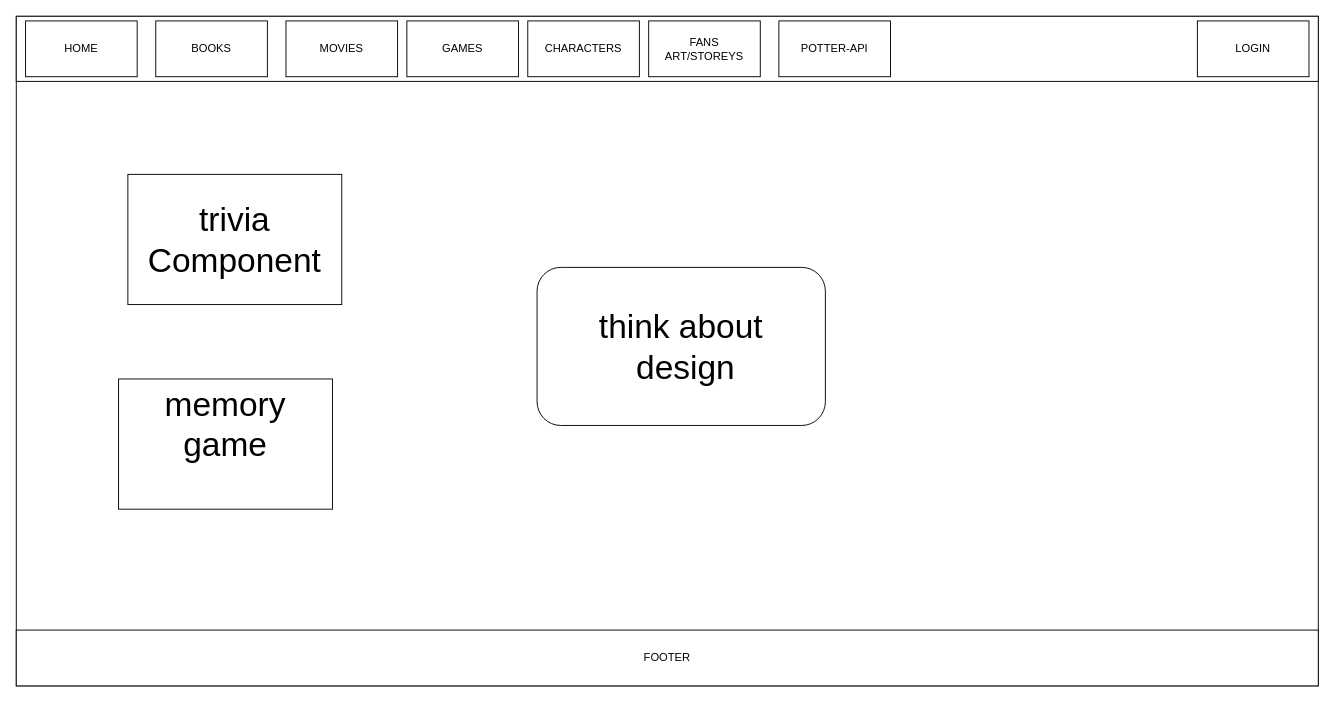
The draw.io diagram page "GAMES" (4 of 8) of pseudo/Mock site.drawio in t-bendet/potter-front-end-react, before the edit. Source tidied: cells renumbered, new cells numbered last; positions are measured from the earlier drawing's top-left corner, leaving out a move shared by most shapes. Both pictures are drawn from the tidied source at 93%, with x=0, y=0 at pixel (16, 16).
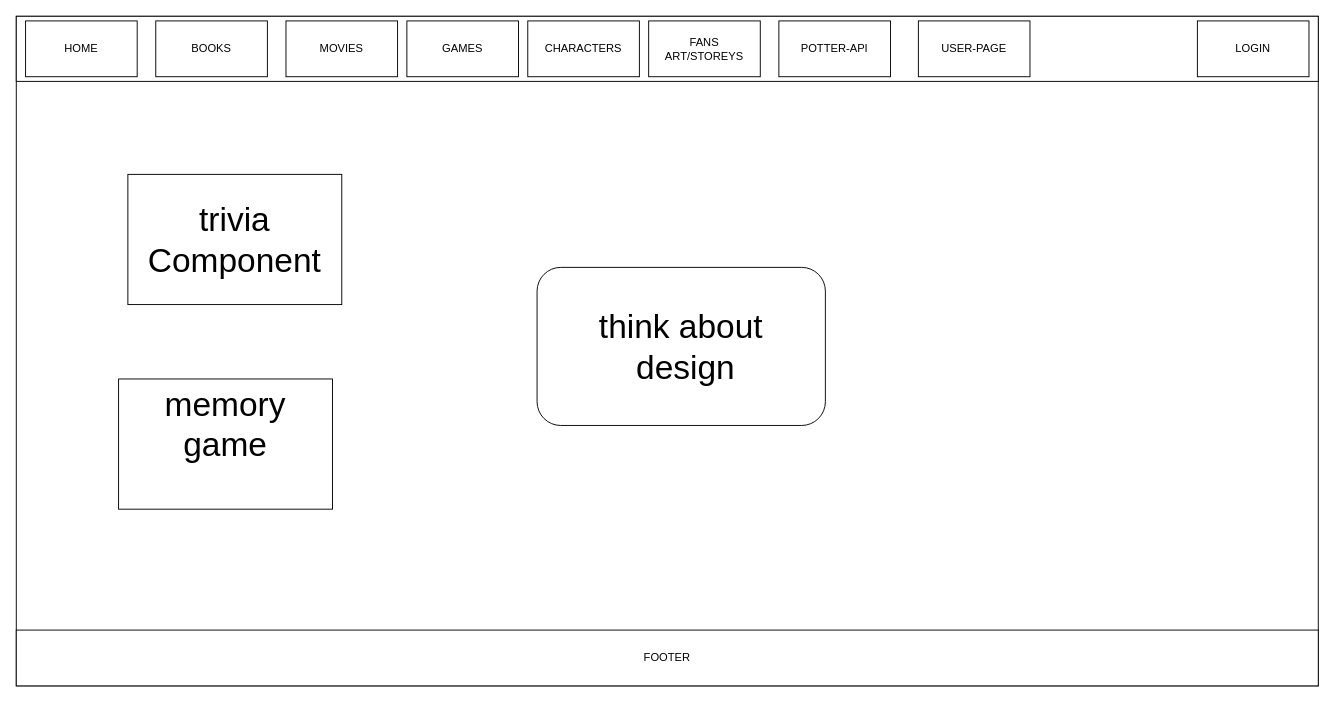
Above is the later version.

Diff of the diagram source:
```diff
@@
 <mxGraphModel>
   <root>
     <mxCell id="0" />
     <mxCell id="1" parent="0" />
     <mxCell id="2" style="rounded=0;whiteSpace=wrap;html=1;" parent="1" vertex="1">
       <mxGeometry width="1400" height="720" as="geometry" />
     </mxCell>
     <mxCell id="3" style="rounded=0;whiteSpace=wrap;html=1;" parent="1" vertex="1">
       <mxGeometry width="1400" height="70" as="geometry" />
     </mxCell>
     <mxCell id="4" value="HOME&lt;br&gt;" style="rounded=0;whiteSpace=wrap;html=1;" parent="1" vertex="1">
       <mxGeometry x="10" y="5" width="120" height="60" as="geometry" />
     </mxCell>
     <mxCell id="5" value="BOOKS" style="rounded=0;whiteSpace=wrap;html=1;" parent="1" vertex="1">
       <mxGeometry x="150" y="5" width="120" height="60" as="geometry" />
     </mxCell>
     <mxCell id="6" value="GAMES&lt;br&gt;" style="rounded=0;whiteSpace=wrap;html=1;" parent="1" vertex="1">
       <mxGeometry x="420" y="5" width="120" height="60" as="geometry" />
     </mxCell>
     <mxCell id="7" value="CHARACTERS" style="rounded=0;whiteSpace=wrap;html=1;" parent="1" vertex="1">
       <mxGeometry x="550" y="5" width="120" height="60" as="geometry" />
     </mxCell>
     <mxCell id="8" value="MOVIES&lt;br&gt;" style="rounded=0;whiteSpace=wrap;html=1;" parent="1" vertex="1">
       <mxGeometry x="290" y="5" width="120" height="60" as="geometry" />
     </mxCell>
     <mxCell id="9" value="FANS ART/STOREYS" style="rounded=0;whiteSpace=wrap;html=1;" parent="1" vertex="1">
       <mxGeometry x="680" y="5" width="120" height="60" as="geometry" />
     </mxCell>
     <mxCell id="10" value="POTTER-API" style="rounded=0;whiteSpace=wrap;html=1;" parent="1" vertex="1">
       <mxGeometry x="820" y="5" width="120" height="60" as="geometry" />
     </mxCell>
     <mxCell id="11" value="LOGIN" style="rounded=0;whiteSpace=wrap;html=1;" parent="1" vertex="1">
       <mxGeometry x="1270" y="5" width="120" height="60" as="geometry" />
     </mxCell>
     <mxCell id="12" value="FOOTER" style="rounded=0;whiteSpace=wrap;html=1;" parent="1" vertex="1">
       <mxGeometry y="660" width="1400" height="60" as="geometry" />
     </mxCell>
     <mxCell id="13" value="&lt;font style=&quot;font-size: 36px&quot;&gt;trivia Component&lt;/font&gt;" style="rounded=0;whiteSpace=wrap;html=1;" parent="1" vertex="1">
       <mxGeometry x="120" y="170" width="230" height="140" as="geometry" />
     </mxCell>
     <mxCell id="14" value="&lt;font style=&quot;font-size: 36px&quot;&gt;memory game&lt;br&gt;&lt;br&gt;&lt;/font&gt;" style="rounded=0;whiteSpace=wrap;html=1;" parent="1" vertex="1">
       <mxGeometry x="110" y="390" width="230" height="140" as="geometry" />
     </mxCell>
     <mxCell id="15" value="&lt;font style=&quot;font-size: 36px&quot;&gt;think about&lt;br&gt;&amp;nbsp;design&lt;/font&gt;" style="rounded=1;whiteSpace=wrap;html=1;" parent="1" vertex="1">
       <mxGeometry x="560" y="270" width="310" height="170" as="geometry" />
     </mxCell>
+    <mxCell id="16" value="USER-PAGE" style="rounded=0;whiteSpace=wrap;html=1;" parent="1" vertex="1">
+      <mxGeometry x="970" y="5" width="120" height="60" as="geometry" />
+    </mxCell>
   </root>
 </mxGraphModel>
```
